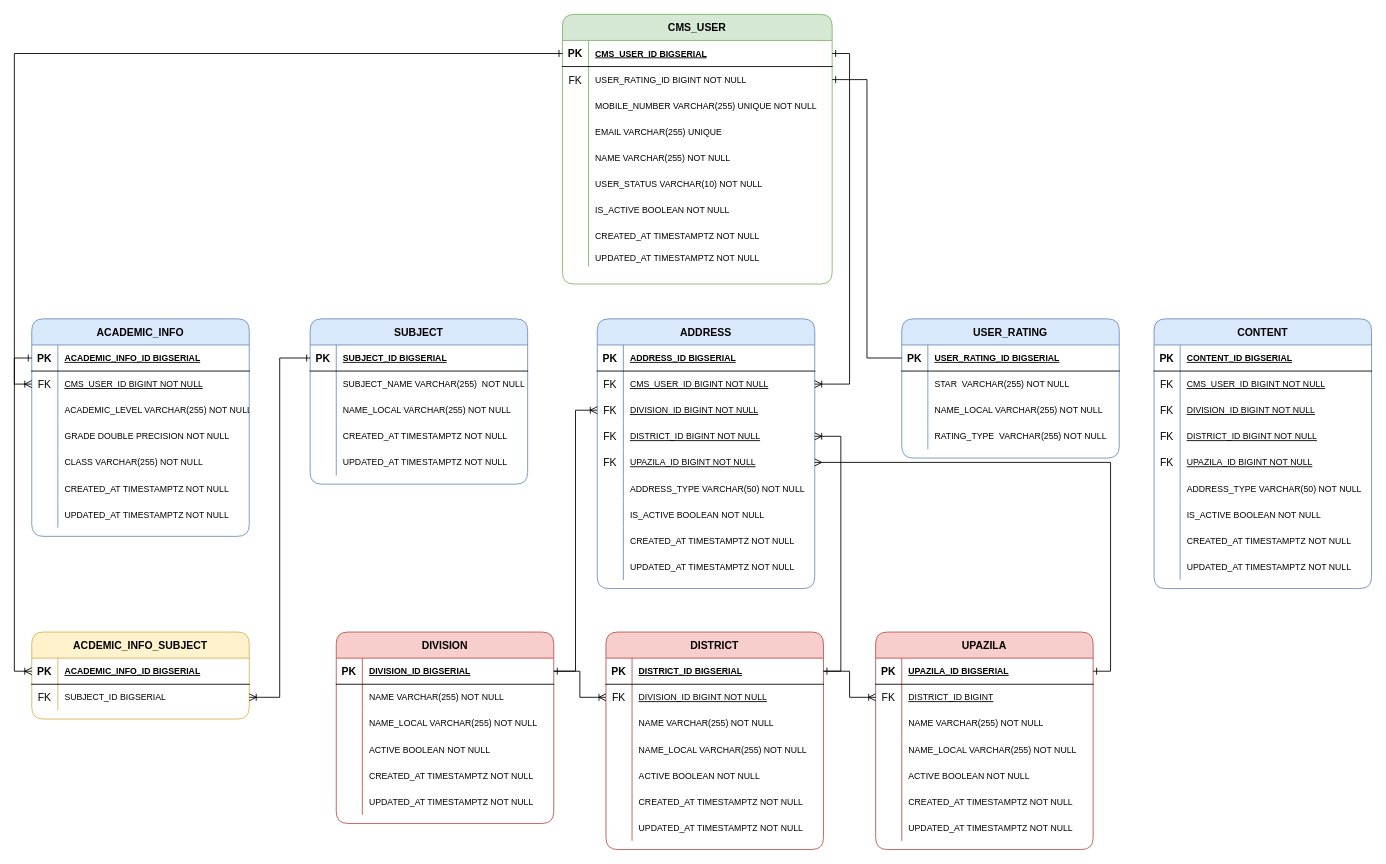
Before: cms.drawio in sohag16030/CMS, a draw.io diagram. Source tidied: cells renumbered, new cells numbered last; positions are measured from the earlier drawing's top-left corner, leaving out a move shared by most shapes. Both pictures are drawn from the tidied source at 87%, with x=0, y=0 at pixel (31, 14).
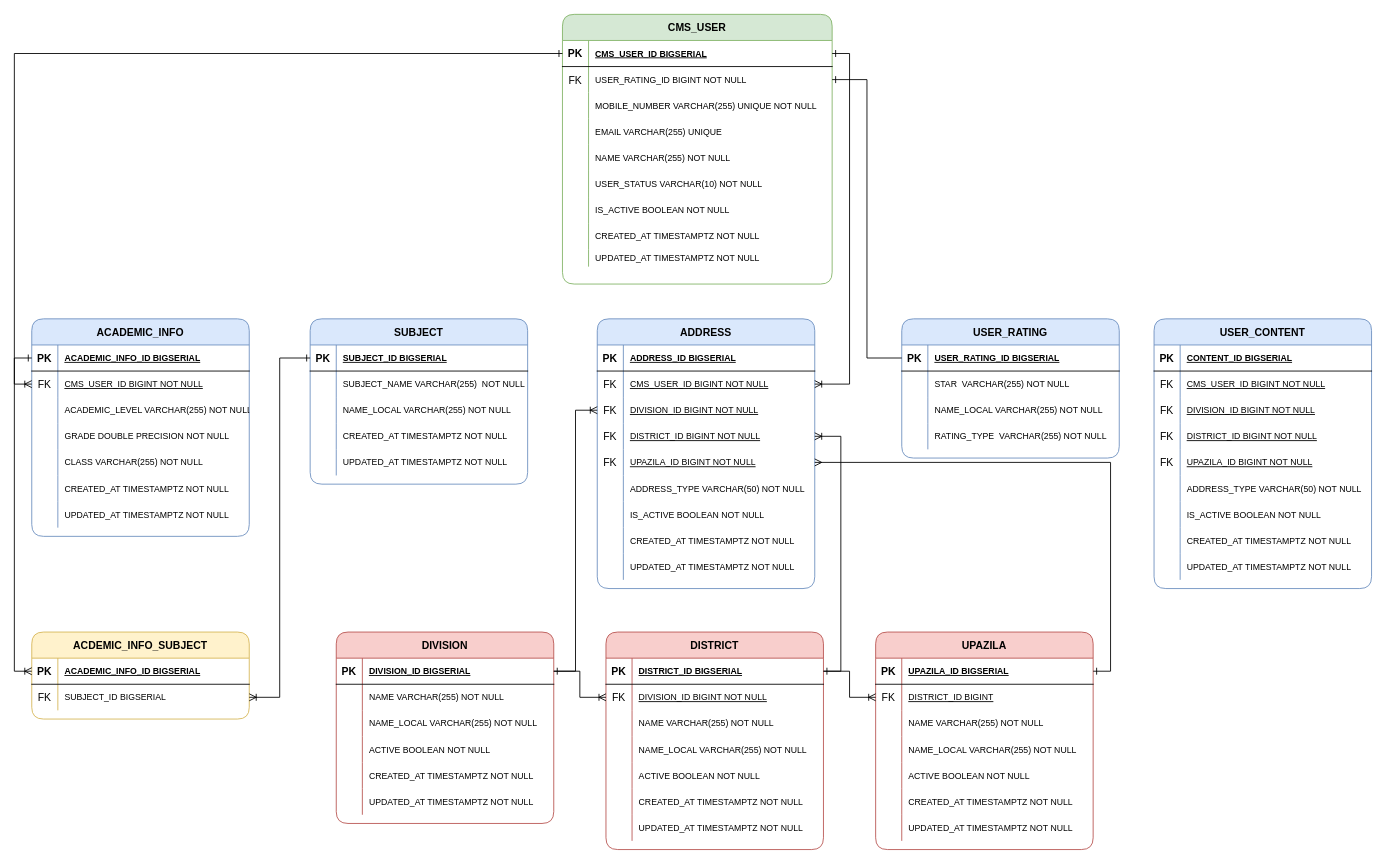
Above is the later version.

The edit, as a diff of the source:
```diff
@@
-    <mxCell id="189" value="CONTENT" style="shape=table;startSize=30;childLayout=tableLayout;rowLines=0;fontStyle=1;align=center;fillColor=#dae8fc;strokeColor=#6c8ebf;rounded=1;" parent="1" vertex="1">
+    <mxCell id="189" value="USER_CONTENT" style="shape=table;startSize=30;childLayout=tableLayout;rowLines=0;fontStyle=1;align=center;fillColor=#dae8fc;strokeColor=#6c8ebf;rounded=1;" parent="1" vertex="1">
       <mxGeometry x="1290" y="350" width="250" height="310" as="geometry" />
     </mxCell>
```
